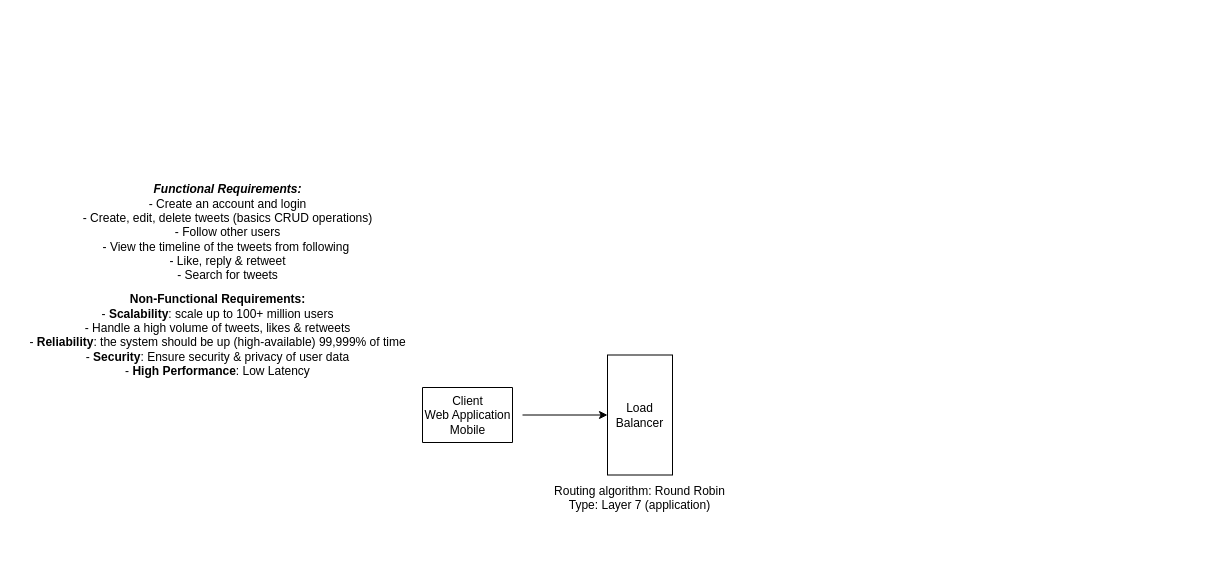
The draw.io diagram twitter.drawio in lacrimae/system_design_practice, before the edit. Source tidied: cells renumbered, new cells numbered last; positions are measured from the earlier drawing's top-left corner, leaving out a move shared by most shapes. Both pictures are drawn from the tidied source at 100%, with x=0, y=0 at pixel (17, 177).
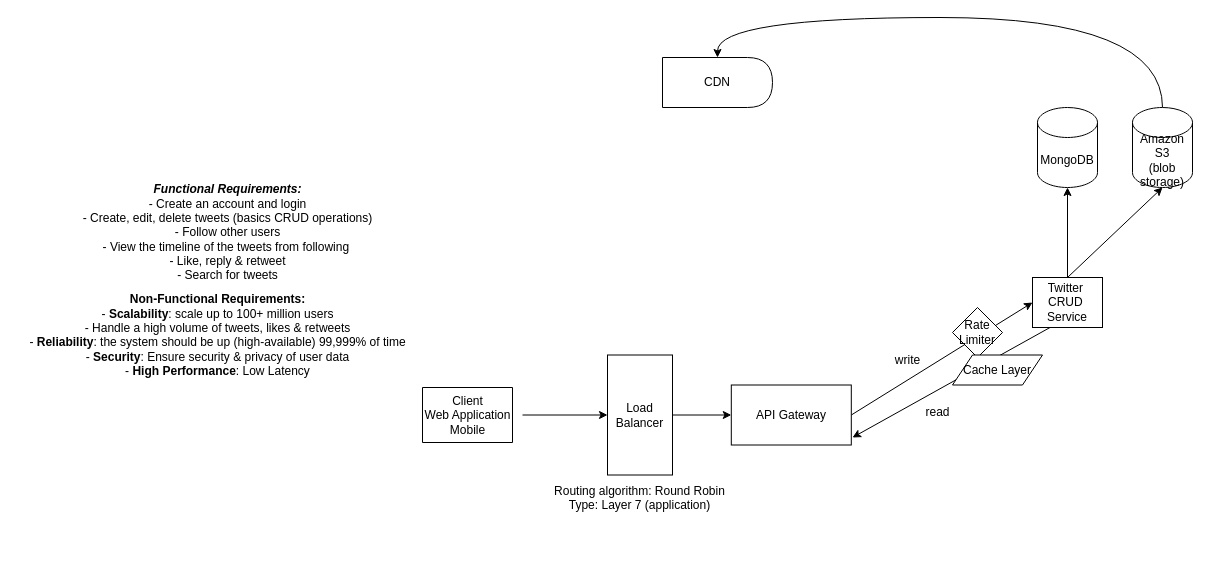
Above is the later version.

The change refers to these unchanged cells:
```xml
<mxCell id="5" value="Load Balancer" style="rounded=0;whiteSpace=wrap;html=1;" parent="1" vertex="1">
  <mxGeometry x="590" y="177.5" width="65" height="120" as="geometry" />
</mxCell>
```

Diff of the diagram source:
```diff
@@
+    <mxCell id="10" style="edgeStyle=orthogonalEdgeStyle;rounded=0;jettySize=auto;html=1;" parent="1" edge="1" source="5" target="17">
+      <mxGeometry relative="1" as="geometry" />
+    </mxCell>
@@
+    <mxCell id="11" style="rounded=0;jettySize=auto;html=1;exitX=0.5;exitY=0;exitDx=0;exitDy=0;entryX=0.5;entryY=1;entryDx=0;entryDy=0;entryPerimeter=0;" parent="1" edge="1" source="12" target="15">
+      <mxGeometry relative="1" as="geometry" />
+    </mxCell>
+    <mxCell id="12" value="Twitter&amp;nbsp;&lt;div&gt;CRUD&amp;nbsp;&lt;/div&gt;&lt;div&gt;Service&lt;/div&gt;" style="whiteSpace=wrap;html=1;" parent="1" vertex="1">
+      <mxGeometry x="1015" y="100" width="70" height="50" as="geometry" />
+    </mxCell>
+    <mxCell id="13" value="MongoDB" style="shape=cylinder3;whiteSpace=wrap;html=1;boundedLbl=1;backgroundOutline=1;size=15;" parent="1" vertex="1">
+      <mxGeometry x="1020" y="-70" width="60" height="80" as="geometry" />
+    </mxCell>
+    <mxCell id="14" style="edgeStyle=orthogonalEdgeStyle;rounded=0;jettySize=auto;html=1;curved=1;entryX=0.5;entryY=0;entryDx=0;entryDy=0;" parent="1" edge="1" source="15" target="21">
+      <mxGeometry relative="1" as="geometry">
+        <Array as="points">
+          <mxPoint x="1145" y="-160" />
+          <mxPoint x="700" y="-160" />
+        </Array>
+      </mxGeometry>
+    </mxCell>
+    <mxCell id="15" value="Amazon S3&lt;div&gt;(blob storage)&lt;/div&gt;" style="shape=cylinder3;whiteSpace=wrap;html=1;boundedLbl=1;backgroundOutline=1;size=15;" parent="1" vertex="1">
+      <mxGeometry x="1115" y="-70" width="60" height="80" as="geometry" />
+    </mxCell>
+    <mxCell id="16" style="rounded=0;jettySize=auto;html=1;exitX=1;exitY=0.5;exitDx=0;exitDy=0;entryX=0;entryY=0.5;entryDx=0;entryDy=0;" parent="1" edge="1" source="17" target="12">
+      <mxGeometry relative="1" as="geometry" />
+    </mxCell>
+    <mxCell id="17" value="API Gateway" style="whiteSpace=wrap;html=1;" parent="1" vertex="1">
+      <mxGeometry x="713.8" y="207.5" width="120" height="60" as="geometry" />
+    </mxCell>
+    <mxCell id="18" value="Rate Limiter" style="rhombus;whiteSpace=wrap;html=1;" parent="1" vertex="1">
+      <mxGeometry x="935" y="130" width="50" height="50" as="geometry" />
+    </mxCell>
+    <mxCell id="19" value="write" style="text;html=1;align=center;verticalAlign=middle;strokeColor=none;fillColor=none;" parent="1" vertex="1">
+      <mxGeometry x="865" y="168" width="50" height="30" as="geometry" />
+    </mxCell>
+    <mxCell id="20" style="endArrow=classic;html=1;rounded=0;exitX=0.5;exitY=0;exitDx=0;exitDy=0;entryX=0.5;entryY=1;entryDx=0;entryDy=0;entryPerimeter=0;" parent="1" edge="1" source="12" target="13">
+      <mxGeometry relative="1" as="geometry" />
+    </mxCell>
+    <mxCell id="21" value="CDN" style="shape=delay;whiteSpace=wrap;html=1;" parent="1" vertex="1">
+      <mxGeometry x="645" y="-120" width="110" height="50" as="geometry" />
+    </mxCell>
+    <mxCell id="22" style="endArrow=classic;html=1;rounded=0;exitX=0.25;exitY=1;exitDx=0;exitDy=0;" parent="1" edge="1" source="12">
+      <mxGeometry relative="1" as="geometry">
+        <mxPoint x="835" y="260" as="targetPoint" />
+      </mxGeometry>
+    </mxCell>
+    <mxCell id="23" value="read" style="text;html=1;align=center;verticalAlign=middle;strokeColor=none;fillColor=none;" parent="1" vertex="1">
+      <mxGeometry x="895" y="220" width="50" height="30" as="geometry" />
+    </mxCell>
+    <mxCell id="24" value="Cache Layer" style="shape=parallelogram;perimeter=parallelogramPerimeter;whiteSpace=wrap;html=1;fixedSize=1;" parent="1" vertex="1">
+      <mxGeometry x="935" y="177.5" width="90" height="30" as="geometry" />
+    </mxCell>
```
